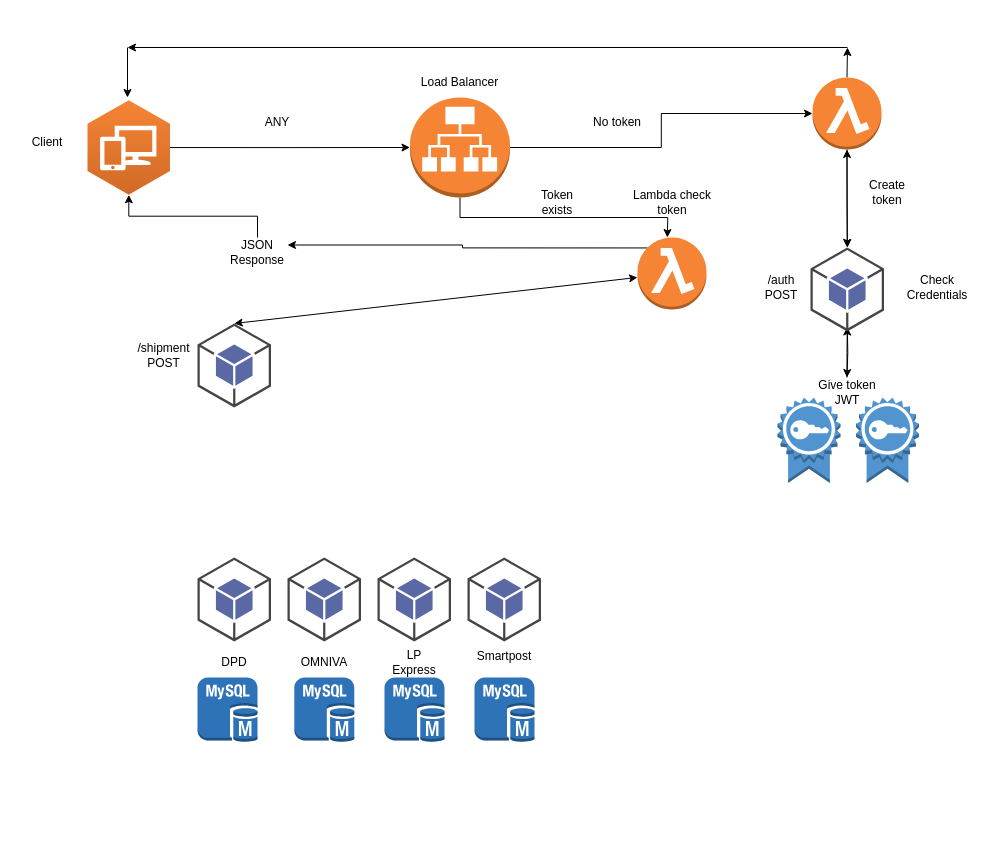
Before: Диаграмма без названия.drawio in aNereds/tictactoe, a draw.io diagram. Source tidied: cells renumbered, new cells numbered last; positions are measured from the earlier drawing's top-left corner, leaving out a move shared by most shapes. Both pictures are drawn from the tidied source at 100%, with x=0, y=0 at pixel (17, 47).
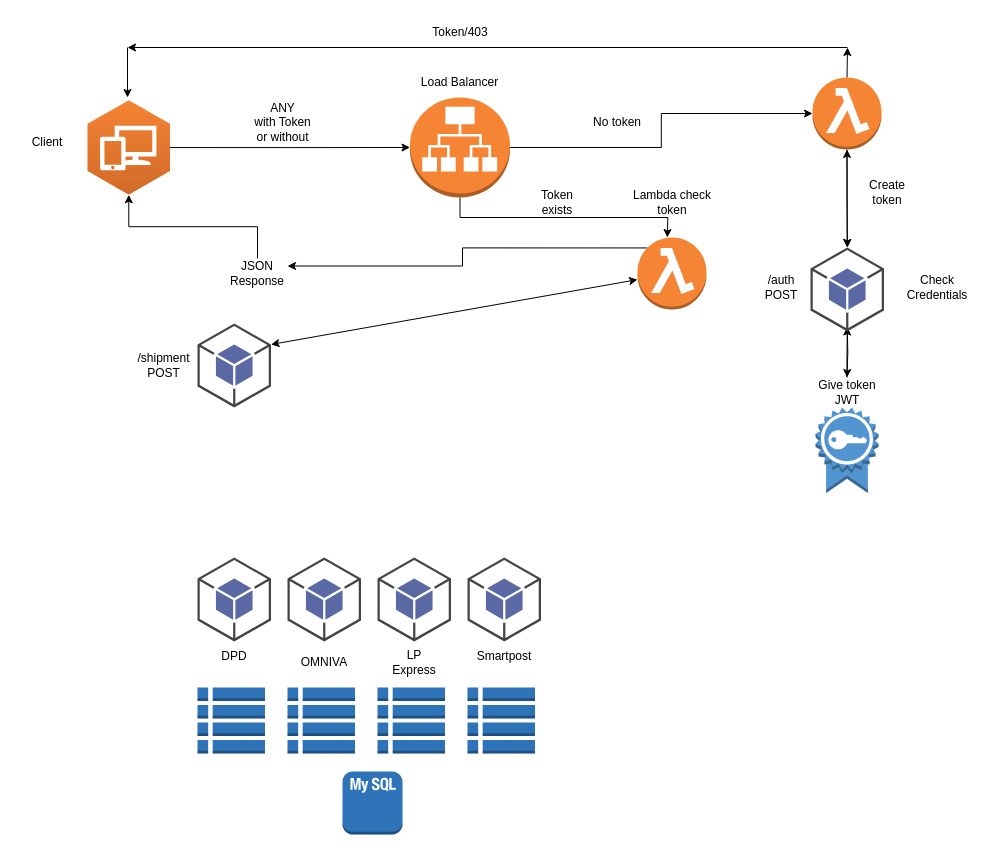
After the change.

The change refers to these unchanged cells:
```xml
<mxCell id="16" style="outlineConnect=0;dashed=0;verticalLabelPosition=bottom;verticalAlign=top;align=center;html=1;shape=mxgraph.aws3.lambda_function;fillColor=#F58534;gradientColor=none;" parent="1" vertex="1">
  <mxGeometry x="620" y="190" width="69" height="72" as="geometry" />
</mxCell>
<mxCell id="23" style="outlineConnect=0;dashed=0;verticalLabelPosition=bottom;verticalAlign=top;align=center;html=1;shape=mxgraph.aws3.android;fillColor=#5A69A4;gradientColor=none;" parent="1" vertex="1">
  <mxGeometry x="180" y="276" width="73.5" height="84" as="geometry" />
</mxCell>
```

The edit, as a diff of the source:
```diff
@@
     <mxCell id="7" style="dashed=0;verticalLabelPosition=bottom;verticalAlign=top;align=center;html=1;shape=mxgraph.aws3.certificate;fillColor=#5294CF;gradientColor=none;" parent="1" vertex="1">
-      <mxGeometry x="760" y="350" width="63" height="85.5" as="geometry" />
+      <mxGeometry x="798" y="360" width="63" height="85.5" as="geometry" />
     </mxCell>
@@
     <mxCell id="25" value="/shipment&lt;br&gt;POST" style="text;html=1;strokeColor=none;fillColor=none;align=center;verticalAlign=middle;whiteSpace=wrap;rounded=0;" parent="1" vertex="1">
-      <mxGeometry x="100" y="270" width="93" height="76" as="geometry" />
+      <mxGeometry x="100" y="280" width="93" height="76" as="geometry" />
     </mxCell>
@@
-    <mxCell id="29" style="dashed=0;verticalLabelPosition=bottom;verticalAlign=top;align=center;html=1;shape=mxgraph.aws3.certificate;fillColor=#5294CF;gradientColor=none;" parent="1" vertex="1">
-      <mxGeometry x="838.5" y="350" width="63" height="85.5" as="geometry" />
-    </mxCell>
@@
-    <mxCell id="33" style="endArrow=classic;startArrow=classic;html=1;rounded=0;exitX=0.5;exitY=0;exitDx=0;exitDy=0;exitPerimeter=0;" parent="1" edge="1" source="23" target="16">
+    <mxCell id="33" style="endArrow=classic;startArrow=classic;html=1;rounded=0;exitX=1;exitY=0.25;exitDx=0;exitDy=0;exitPerimeter=0;" parent="1" edge="1" source="23" target="16">
       <mxGeometry relative="1" as="geometry" />
     </mxCell>
@@
     <mxCell id="35" value="JSON Response" style="text;html=1;strokeColor=none;fillColor=none;align=center;verticalAlign=middle;whiteSpace=wrap;rounded=0;" parent="1" vertex="1">
-      <mxGeometry x="210" y="190" width="60" height="30" as="geometry" />
+      <mxGeometry x="210" y="211" width="60" height="30" as="geometry" />
     </mxCell>
@@
-    <mxCell id="37" value="ANY" style="text;html=1;strokeColor=none;fillColor=none;align=center;verticalAlign=middle;whiteSpace=wrap;rounded=0;" parent="1" vertex="1">
-      <mxGeometry x="230" y="60" width="60" height="30" as="geometry" />
+    <mxCell id="37" value="ANY&lt;br&gt;with Token or without" style="text;html=1;strokeColor=none;fillColor=none;align=center;verticalAlign=middle;whiteSpace=wrap;rounded=0;" parent="1" vertex="1">
+      <mxGeometry x="231" y="60" width="69" height="30" as="geometry" />
     </mxCell>
@@
     <mxCell id="40" value="DPD" style="text;html=1;strokeColor=none;fillColor=none;align=center;verticalAlign=middle;whiteSpace=wrap;rounded=0;" parent="1" vertex="1">
-      <mxGeometry x="187" y="600" width="60" height="30" as="geometry" />
+      <mxGeometry x="186.8" y="594" width="60" height="30" as="geometry" />
     </mxCell>
@@
-    <mxCell id="44" style="dashed=0;verticalLabelPosition=bottom;verticalAlign=top;align=center;html=1;shape=mxgraph.aws3.mysql_db_instance;fillColor=#2E73B8;gradientColor=none;" parent="1" vertex="1">
-      <mxGeometry x="180" y="630" width="60" height="64.5" as="geometry" />
-    </mxCell>
-    <mxCell id="45" style="dashed=0;verticalLabelPosition=bottom;verticalAlign=top;align=center;html=1;shape=mxgraph.aws3.mysql_db_instance;fillColor=#2E73B8;gradientColor=none;" parent="1" vertex="1">
-      <mxGeometry x="276.8" y="630" width="60" height="64.5" as="geometry" />
-    </mxCell>
-    <mxCell id="46" style="dashed=0;verticalLabelPosition=bottom;verticalAlign=top;align=center;html=1;shape=mxgraph.aws3.mysql_db_instance;fillColor=#2E73B8;gradientColor=none;" parent="1" vertex="1">
-      <mxGeometry x="367" y="630" width="60" height="64.5" as="geometry" />
-    </mxCell>
-    <mxCell id="47" style="dashed=0;verticalLabelPosition=bottom;verticalAlign=top;align=center;html=1;shape=mxgraph.aws3.mysql_db_instance;fillColor=#2E73B8;gradientColor=none;" parent="1" vertex="1">
-      <mxGeometry x="457" y="630" width="60" height="64.5" as="geometry" />
-    </mxCell>
+    <mxCell id="48" style="dashed=0;verticalLabelPosition=bottom;verticalAlign=top;align=center;html=1;shape=mxgraph.aws3.mysql_db_instance_2;fillColor=#2E73B8;gradientColor=none;" parent="1" vertex="1">
+      <mxGeometry x="325" y="724" width="60" height="63" as="geometry" />
+    </mxCell>
+    <mxCell id="49" style="dashed=0;verticalLabelPosition=bottom;verticalAlign=top;align=center;html=1;shape=mxgraph.aws3.table;fillColor=#2E73B8;gradientColor=none;" parent="1" vertex="1">
+      <mxGeometry x="180" y="640" width="67.5" height="66" as="geometry" />
+    </mxCell>
+    <mxCell id="50" style="dashed=0;verticalLabelPosition=bottom;verticalAlign=top;align=center;html=1;shape=mxgraph.aws3.table;fillColor=#2E73B8;gradientColor=none;" parent="1" vertex="1">
+      <mxGeometry x="270" y="640" width="67.5" height="66" as="geometry" />
+    </mxCell>
+    <mxCell id="51" style="dashed=0;verticalLabelPosition=bottom;verticalAlign=top;align=center;html=1;shape=mxgraph.aws3.table;fillColor=#2E73B8;gradientColor=none;" parent="1" vertex="1">
+      <mxGeometry x="360" y="640" width="67.5" height="66" as="geometry" />
+    </mxCell>
+    <mxCell id="52" style="dashed=0;verticalLabelPosition=bottom;verticalAlign=top;align=center;html=1;shape=mxgraph.aws3.table;fillColor=#2E73B8;gradientColor=none;" parent="1" vertex="1">
+      <mxGeometry x="450" y="640" width="67.5" height="66" as="geometry" />
+    </mxCell>
+    <mxCell id="53" value="Token/403" style="text;html=1;strokeColor=none;fillColor=none;align=center;verticalAlign=middle;whiteSpace=wrap;rounded=0;" parent="1" vertex="1">
+      <mxGeometry x="413" y="-30" width="60" height="30" as="geometry" />
+    </mxCell>
```
